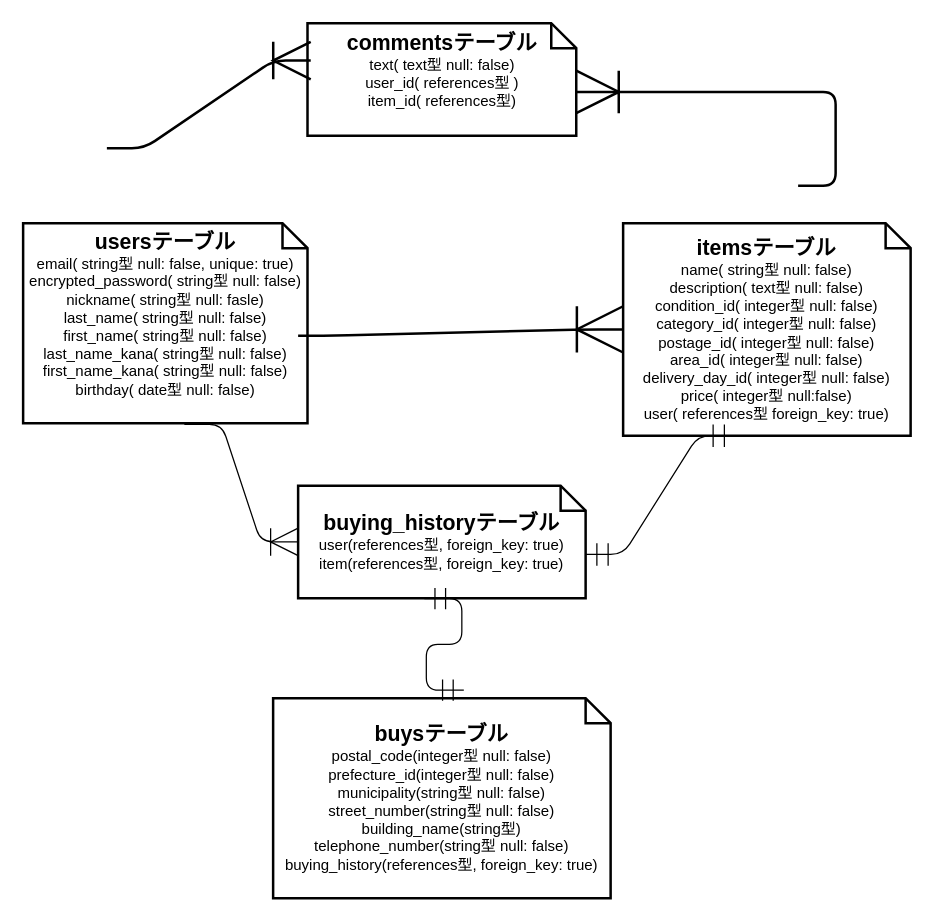
This is er.dio from fumi-y/furima-35224, a draw.io file, before an edit. Source tidied: cells renumbered, new cells numbered last; positions are measured from the earlier drawing's top-left corner, leaving out a move shared by most shapes. Both pictures are drawn from the tidied source at 125%, with x=0, y=0 at pixel (22, 22).
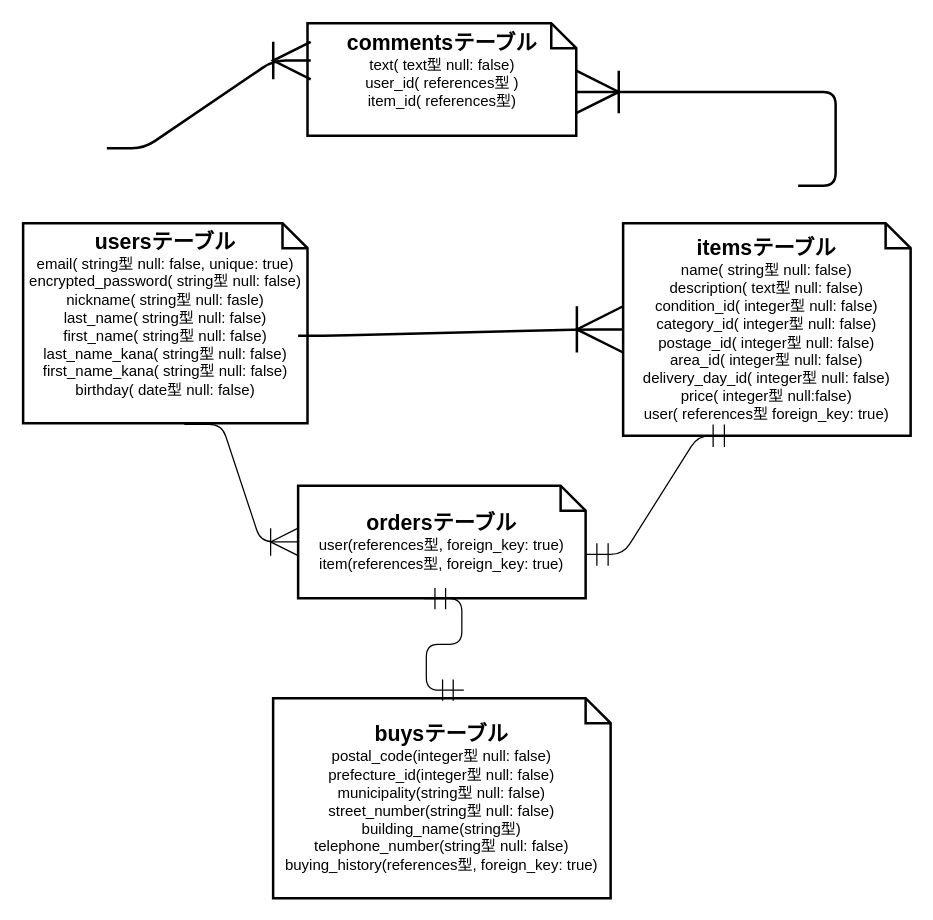
Above is the later version.

Commit message (it also covers changes not shown here):
モデル名変更

The edit, as a diff of the source:
```diff
@@
 <mxGraphModel>
   <root>
     <mxCell id="0" />
     <mxCell id="1" parent="0" />
     <mxCell id="2" value="&lt;b&gt;&lt;font style=&quot;font-size: 17px&quot;&gt;usersテーブル&lt;/font&gt;&lt;/b&gt;&lt;br&gt;email( string型 null: false, unique: true)&lt;br&gt;encrypted_password( string型 null: false)&lt;br&gt;nickname( string型 null: fasle)&lt;br&gt;last_name( string型 null: false)&lt;br&gt;first_name( string型 null: false)&lt;br&gt;last_name_kana( string型 null: false)&lt;br&gt;first_name_kana( string型 null: false)&lt;br&gt;birthday( date型 null: false)&lt;br&gt;&lt;div style=&quot;text-align: left&quot;&gt;&lt;br&gt;&lt;/div&gt;" style="shape=note;size=20;whiteSpace=wrap;html=1;strokeWidth=2;" parent="1" vertex="1">
       <mxGeometry y="160" width="227.5" height="160" as="geometry" />
     </mxCell>
     <mxCell id="3" value="&lt;span&gt;&lt;font&gt;&lt;font style=&quot;font-size: 17px&quot;&gt;&lt;b&gt;commentsテーブル&lt;/b&gt;&lt;/font&gt;&lt;br&gt;text( text型 null: false)&lt;br&gt;user_id( references型 )&lt;br&gt;item_id( references型)&lt;br&gt;&lt;br&gt;&lt;/font&gt;&lt;/span&gt;" style="shape=note;size=20;whiteSpace=wrap;html=1;strokeWidth=2;" parent="1" vertex="1">
       <mxGeometry x="227.5" width="215" height="90" as="geometry" />
     </mxCell>
     <mxCell id="4" value="&lt;font style=&quot;font-size: 17px&quot;&gt;&lt;b&gt;itemsテーブル&lt;br&gt;&lt;/b&gt;&lt;/font&gt;name( string型 null: false)&lt;br&gt;description( text型 null: false)&lt;br&gt;condition_id( integer型 null: false)&lt;br&gt;category_id( integer型 null: false)&lt;br&gt;postage_id( integer型 null: false)&lt;br&gt;area_id( integer型 null: false)&lt;br&gt;delivery_day_id( integer型 null: false)&lt;br&gt;price( integer型 null:false)&lt;br&gt;user( references型 foreign_key: true)" style="shape=note;size=20;whiteSpace=wrap;html=1;strokeWidth=2;" parent="1" vertex="1">
       <mxGeometry x="480" y="160" width="230" height="170" as="geometry" />
     </mxCell>
     <mxCell id="5" value="&lt;font style=&quot;font-size: 17px&quot;&gt;&lt;b&gt;buysテーブル&lt;/b&gt;&lt;/font&gt;&lt;br&gt;postal_code(integer型 null: false)&lt;br&gt;prefecture_id(integer型 null: false)&lt;br&gt;municipality(string型 null: false)&lt;br&gt;street_number(string型 null: false)&lt;br&gt;building_name(string型)&lt;br&gt;telephone_number(string型 null: false)&lt;br&gt;buying_history(references型, foreign_key: true)" style="shape=note;size=20;whiteSpace=wrap;html=1;strokeWidth=2;" parent="1" vertex="1">
       <mxGeometry x="200" y="540" width="270" height="160" as="geometry" />
     </mxCell>
     <mxCell id="6" style="edgeStyle=entityRelationEdgeStyle;fontSize=12;html=1;endArrow=ERoneToMany;exitX=0;exitY=0;exitDx=220;exitDy=90;exitPerimeter=0;entryX=0;entryY=0.5;entryDx=0;entryDy=0;entryPerimeter=0;strokeWidth=2;endSize=34;" parent="1" edge="1" source="2" target="4">
       <mxGeometry relative="1" as="geometry" />
     </mxCell>
     <mxCell id="7" style="edgeStyle=entityRelationEdgeStyle;fontSize=12;html=1;endArrow=ERoneToMany;strokeWidth=2;entryX=0;entryY=0;entryDx=215;entryDy=55;entryPerimeter=0;endSize=31;" parent="1" edge="1" target="3">
       <mxGeometry relative="1" as="geometry">
         <mxPoint x="620" y="130" as="sourcePoint" />
       </mxGeometry>
     </mxCell>
     <mxCell id="8" style="edgeStyle=entityRelationEdgeStyle;fontSize=12;html=1;endArrow=ERoneToMany;strokeWidth=2;entryX=0.012;entryY=0.333;entryDx=0;entryDy=0;entryPerimeter=0;endSize=27;" parent="1" edge="1" target="3">
       <mxGeometry relative="1" as="geometry">
         <mxPoint x="67" y="100" as="sourcePoint" />
       </mxGeometry>
     </mxCell>
-    <mxCell id="9" value="&lt;font style=&quot;font-size: 17px&quot;&gt;&lt;b&gt;buying_historyテーブル&lt;/b&gt;&lt;/font&gt;&lt;br&gt;user(references型, foreign_key: true)&lt;br&gt;item(references型, foreign_key: true)" style="shape=note;size=20;whiteSpace=wrap;html=1;strokeWidth=2;" parent="1" vertex="1">
+    <mxCell id="9" value="&lt;font style=&quot;font-size: 17px&quot;&gt;&lt;b&gt;ordersテーブル&lt;/b&gt;&lt;/font&gt;&lt;br&gt;user(references型, foreign_key: true)&lt;br&gt;item(references型, foreign_key: true)" style="shape=note;size=20;whiteSpace=wrap;html=1;strokeWidth=2;" parent="1" vertex="1">
       <mxGeometry x="220" y="370" width="230" height="90" as="geometry" />
     </mxCell>
     <mxCell id="10" style="edgeStyle=entityRelationEdgeStyle;fontSize=12;html=1;endArrow=ERmandOne;startArrow=ERmandOne;endSize=15;startSize=15;exitX=0.439;exitY=1.004;exitDx=0;exitDy=0;exitPerimeter=0;entryX=0.565;entryY=-0.04;entryDx=0;entryDy=0;entryPerimeter=0;" parent="1" edge="1" source="9" target="5">
       <mxGeometry relative="1" as="geometry" />
     </mxCell>
     <mxCell id="11" style="edgeStyle=entityRelationEdgeStyle;fontSize=12;html=1;endArrow=ERoneToMany;exitX=0.567;exitY=1.006;exitDx=0;exitDy=0;exitPerimeter=0;endSize=20;entryX=0;entryY=0.5;entryDx=0;entryDy=0;entryPerimeter=0;" parent="1" edge="1" source="2" target="9">
       <mxGeometry relative="1" as="geometry" />
     </mxCell>
     <mxCell id="12" style="edgeStyle=entityRelationEdgeStyle;fontSize=12;html=1;endArrow=ERmandOne;startArrow=ERmandOne;endSize=16;startSize=16;exitX=0;exitY=0;exitDx=230;exitDy=55;exitPerimeter=0;" parent="1" edge="1" source="9">
       <mxGeometry relative="1" as="geometry">
         <mxPoint x="570" y="330" as="targetPoint" />
       </mxGeometry>
     </mxCell>
   </root>
 </mxGraphModel>
```
